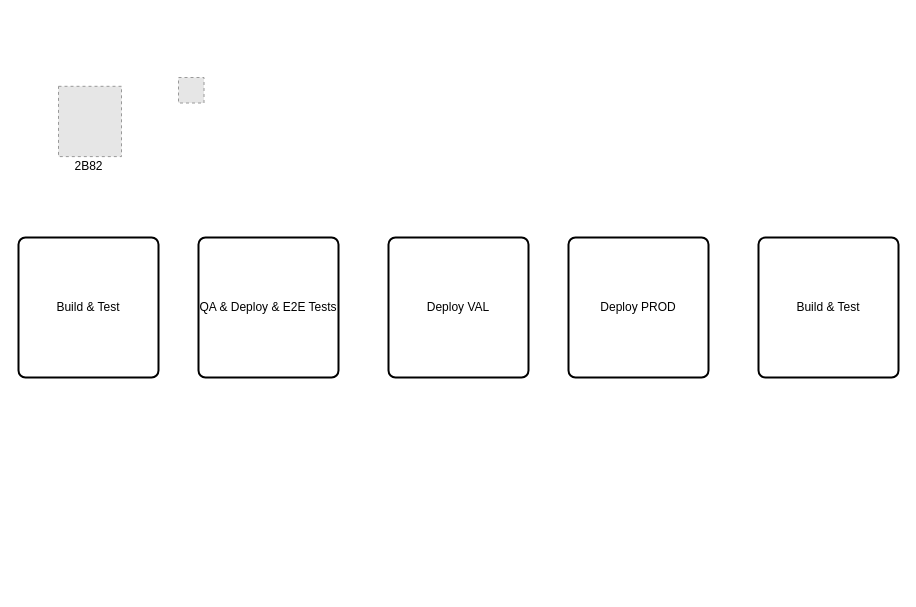
Before: JenkinsOccFlow.drawio in claytonbrown/aws-drawing, a draw.io diagram. Source tidied: cells renumbered, new cells numbered last; positions are measured from the earlier drawing's top-left corner, leaving out a move shared by most shapes. Both pictures are drawn from the tidied source at 100%, with x=0, y=0 at pixel (18, 77). Pictures stored in the file or linked from it are replaced by grey dashed boxes.
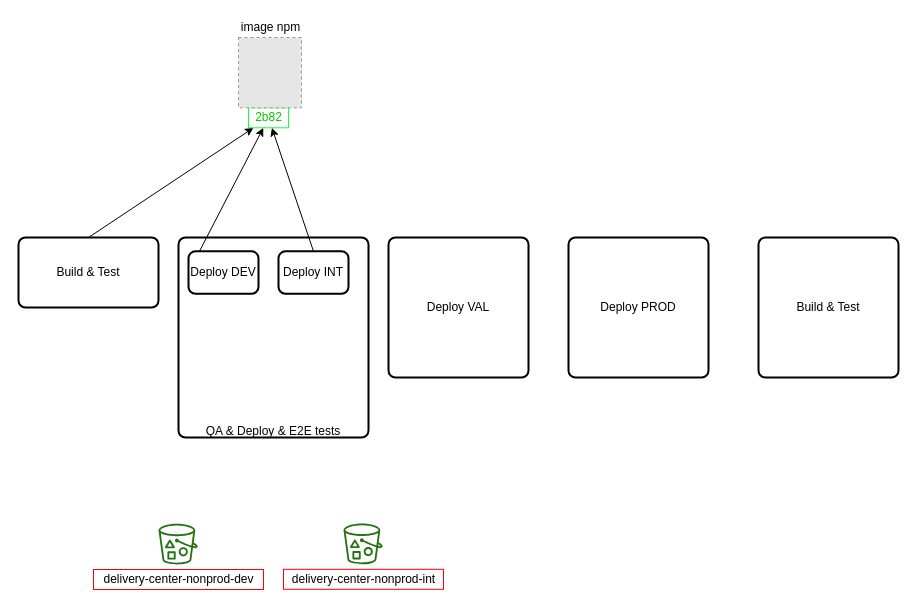
The same page after the edit.

The edit, as a diff of the source:
```diff
@@
     <mxCell id="2" value="Build &amp;amp; Test" style="rounded=1;whiteSpace=wrap;html=1;absoluteArcSize=1;arcSize=14;strokeWidth=2;" parent="1" vertex="1">
-      <mxGeometry y="160" width="140" height="140" as="geometry" />
+      <mxGeometry y="160" width="140" height="70" as="geometry" />
     </mxCell>
-    <mxCell id="3" value="QA &amp;amp; Deploy &amp;amp; E2E Tests" style="rounded=1;whiteSpace=wrap;html=1;absoluteArcSize=1;arcSize=14;strokeWidth=2;" parent="1" vertex="1">
-      <mxGeometry x="180" y="160" width="140" height="140" as="geometry" />
+    <mxCell id="3" value="&lt;br&gt;&lt;br&gt;&lt;br&gt;&lt;br&gt;&lt;br&gt;&lt;br&gt;&lt;br&gt;&lt;br&gt;&lt;br&gt;&lt;br&gt;&lt;br&gt;&lt;br&gt;&lt;br&gt;QA &amp;amp; Deploy &amp;amp; E2E tests&lt;br&gt;" style="rounded=1;whiteSpace=wrap;html=1;absoluteArcSize=1;arcSize=14;strokeWidth=2;align=center;" parent="1" vertex="1">
+      <mxGeometry x="160" y="160" width="190" height="200" as="geometry" />
     </mxCell>
@@
-    <mxCell id="7" style="fillColor=#E6E6E6;strokeColor=#999999;dashed=1;verticalLabelPosition=bottom;labelBackgroundColor=#ffffff;verticalAlign=top;" parent="1" vertex="1">
-      <mxGeometry x="40" y="8.8" width="63" height="70.3" as="geometry" />
-    </mxCell>
+    <mxCell id="10" style="endArrow=classic;html=1;" parent="1" edge="1" target="8">
+      <mxGeometry relative="1" as="geometry">
+        <mxPoint x="70" y="160" as="sourcePoint" />
+      </mxGeometry>
+    </mxCell>
+    <mxCell id="11" style="endArrow=classic;html=1;exitX=0;exitY=0.5;exitDx=0;exitDy=0;" parent="1" edge="1" source="12" target="8">
+      <mxGeometry relative="1" as="geometry" />
+    </mxCell>
+    <mxCell id="12" value="Deploy DEV" style="rounded=1;whiteSpace=wrap;html=1;absoluteArcSize=1;arcSize=14;strokeWidth=2;" parent="1" vertex="1">
+      <mxGeometry x="170" y="173.8" width="70" height="42.5" as="geometry" />
+    </mxCell>
+    <mxCell id="13" value="Deploy INT" style="rounded=1;whiteSpace=wrap;html=1;absoluteArcSize=1;arcSize=14;strokeWidth=2;" parent="1" vertex="1">
+      <mxGeometry x="260" y="173.8" width="70" height="42.5" as="geometry" />
+    </mxCell>
+    <mxCell id="14" style="group;" parent="1" vertex="1">
+      <mxGeometry x="220" y="-40" width="66.5" height="90.3" as="geometry" />
+    </mxCell>
-    <mxCell id="8" value="2B82" style="text;html=1;align=center;verticalAlign=middle;points=[];" parent="1" vertex="1">
-      <mxGeometry x="50" y="79.1" width="40" height="20" as="geometry" />
+    <mxCell id="8" value="&lt;font color=&quot;#00cc00&quot;&gt;2b82&lt;/font&gt;" style="text;html=1;align=center;verticalAlign=middle;points=[];strokeColor=#12FF39;" parent="14" vertex="1">
+      <mxGeometry x="10" y="70.3" width="40" height="20" as="geometry" />
     </mxCell>
-    <mxCell id="9" style="fillColor=#E6E6E6;strokeColor=#999999;dashed=1;verticalLabelPosition=bottom;labelBackgroundColor=#ffffff;verticalAlign=top;" parent="1" vertex="1">
-      <mxGeometry x="160" width="25.5" height="25.5" as="geometry" />
+    <mxCell id="9" style="fillColor=#E6E6E6;strokeColor=#999999;dashed=1;verticalLabelPosition=bottom;labelBackgroundColor=#ffffff;verticalAlign=top;" parent="14" vertex="1">
+      <mxGeometry x="19.8" y="13.2" width="25.5" height="25.5" as="geometry" />
     </mxCell>
+    <mxCell id="15" style="group;" parent="14" vertex="1">
+      <mxGeometry x="-3.5" y="-20" width="70" height="90.3" as="geometry" />
+    </mxCell>
+    <mxCell id="7" style="fillColor=#E6E6E6;strokeColor=#999999;dashed=1;verticalLabelPosition=bottom;labelBackgroundColor=#ffffff;verticalAlign=top;" parent="15" vertex="1">
+      <mxGeometry x="3.5" y="20" width="63" height="70.3" as="geometry" />
+    </mxCell>
+    <mxCell id="16" value="image npm" style="text;html=1;align=center;verticalAlign=middle;" parent="15" vertex="1">
+      <mxGeometry width="70" height="20" as="geometry" />
+    </mxCell>
+    <mxCell id="17" style="endArrow=classic;html=1;exitX=0.5;exitY=0;exitDx=0;exitDy=0;" parent="1" edge="1" source="13" target="8">
+      <mxGeometry relative="1" as="geometry" />
+    </mxCell>
+    <mxCell id="18" style="group;" parent="1" vertex="1">
+      <mxGeometry x="75" y="446.2" width="170" height="65.8" as="geometry" />
+    </mxCell>
+    <mxCell id="19" style="fontColor=#232F3E;gradientColor=none;fillColor=#277116;strokeColor=#FF0000;dashed=0;verticalLabelPosition=bottom;verticalAlign=top;align=center;html=1;fontSize=12;fontStyle=0;shape=mxgraph.aws4.bucket_with_objects;" parent="18" vertex="1">
+      <mxGeometry x="65" width="39.2" height="40.8" as="geometry" />
+    </mxCell>
+    <mxCell id="20" value="delivery-center-nonprod-dev" style="text;html=1;align=center;verticalAlign=middle;strokeColor=#FF0000;" parent="18" vertex="1">
+      <mxGeometry y="45.8" width="170" height="20" as="geometry" />
+    </mxCell>
+    <mxCell id="21" style="group;" parent="1" vertex="1">
+      <mxGeometry x="260" y="446" width="170" height="65.8" as="geometry" />
+    </mxCell>
+    <mxCell id="22" style="fontColor=#232F3E;gradientColor=none;fillColor=#277116;strokeColor=#FF0000;dashed=0;verticalLabelPosition=bottom;verticalAlign=top;align=center;html=1;fontSize=12;fontStyle=0;shape=mxgraph.aws4.bucket_with_objects;" parent="21" vertex="1">
+      <mxGeometry x="65" width="39.2" height="40.8" as="geometry" />
+    </mxCell>
+    <mxCell id="23" value="delivery-center-nonprod-int" style="text;html=1;align=center;verticalAlign=middle;strokeColor=#FF0000;" parent="21" vertex="1">
+      <mxGeometry x="5" y="45.8" width="160" height="20" as="geometry" />
+    </mxCell>
```
